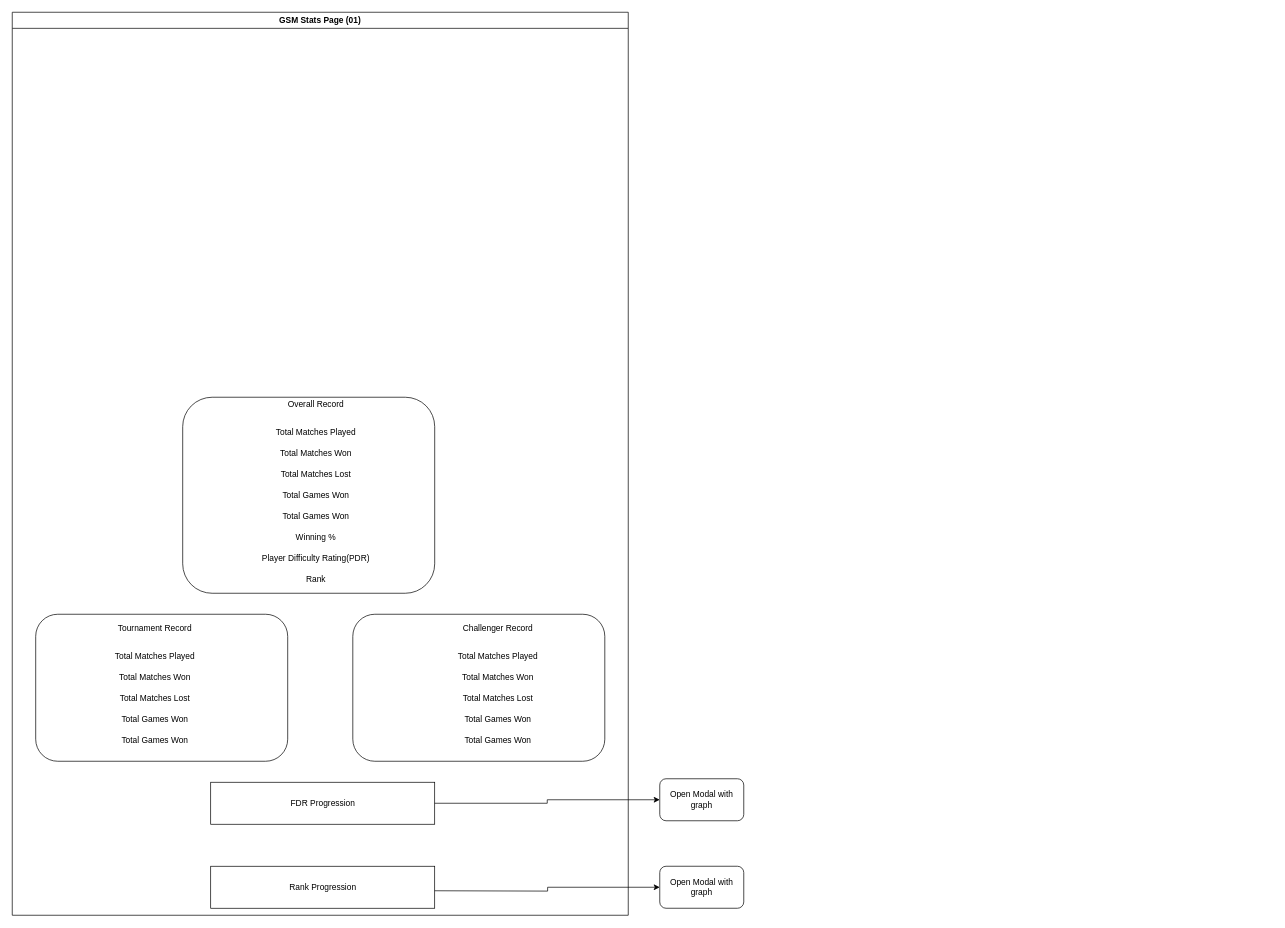
This is page "Page-3" (3 of 3) of Untitled Diagram.drawio from snair0410/cv, a draw.io file, before an edit. Source tidied: cells renumbered, new cells numbered last; positions are measured from the earlier drawing's top-left corner, leaving out a move shared by most shapes. Both pictures are drawn from the tidied source at 70%, with x=0, y=0 at pixel (12, 12).
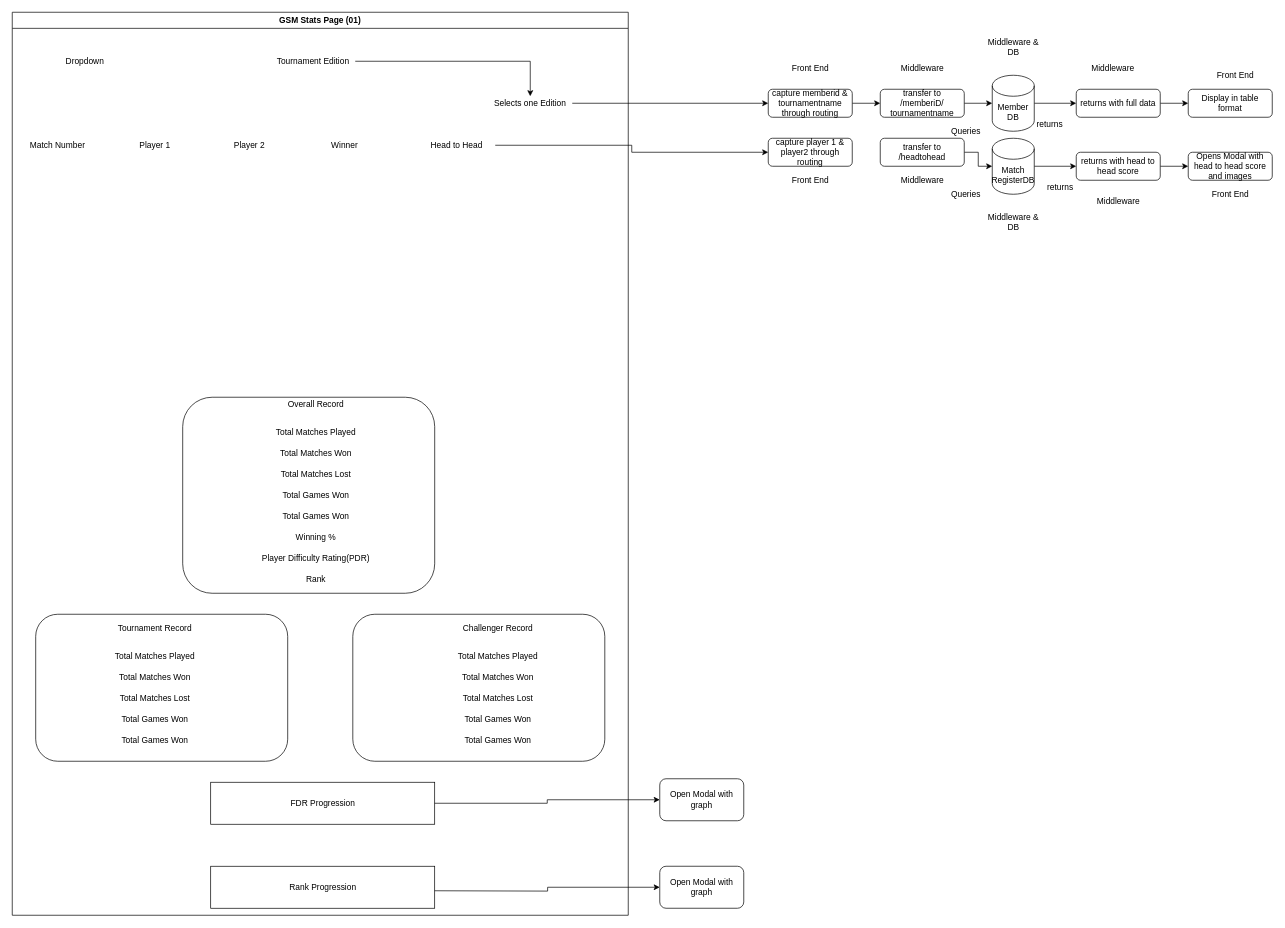
Above is the later version.

Unchanged cells that the change refers to:
```xml
<mxCell id="2" value="GSM Stats Page (01)" style="swimlane;" parent="1" vertex="1">
  <mxGeometry width="880" height="1290" as="geometry" />
</mxCell>
```

The edit, as a diff of the source:
```diff
@@
+    <mxCell id="33" value="Dropdown" style="text;html=1;strokeColor=none;fillColor=none;align=center;verticalAlign=middle;whiteSpace=wrap;rounded=0;" parent="2" vertex="1">
+      <mxGeometry x="83.5" y="60" width="40" height="20" as="geometry" />
+    </mxCell>
+    <mxCell id="34" style="edgeStyle=orthogonalEdgeStyle;rounded=0;jettySize=auto;html=1;entryX=0.5;entryY=0;entryDx=0;entryDy=0;" parent="2" edge="1" source="35" target="36">
+      <mxGeometry relative="1" as="geometry" />
+    </mxCell>
+    <mxCell id="35" value="Tournament Edition" style="text;html=1;strokeColor=none;fillColor=none;align=center;verticalAlign=middle;whiteSpace=wrap;rounded=0;" parent="2" vertex="1">
+      <mxGeometry x="370" y="60" width="120" height="20" as="geometry" />
+    </mxCell>
+    <mxCell id="36" value="Selects one Edition" style="text;html=1;strokeColor=none;fillColor=none;align=center;verticalAlign=middle;whiteSpace=wrap;rounded=0;" parent="2" vertex="1">
+      <mxGeometry x="680" y="120" width="120" height="20" as="geometry" />
+    </mxCell>
+    <mxCell id="37" value="Match Number" style="text;html=1;strokeColor=none;fillColor=none;align=center;verticalAlign=middle;whiteSpace=wrap;rounded=0;" parent="2" vertex="1">
+      <mxGeometry x="10" y="180" width="110" height="20" as="geometry" />
+    </mxCell>
+    <mxCell id="38" value="Player 1" style="text;html=1;strokeColor=none;fillColor=none;align=center;verticalAlign=middle;whiteSpace=wrap;rounded=0;" parent="2" vertex="1">
+      <mxGeometry x="148.5" y="180" width="110" height="20" as="geometry" />
+    </mxCell>
+    <mxCell id="39" value="Player 2" style="text;html=1;strokeColor=none;fillColor=none;align=center;verticalAlign=middle;whiteSpace=wrap;rounded=0;" parent="2" vertex="1">
+      <mxGeometry x="283.5" y="180" width="110" height="20" as="geometry" />
+    </mxCell>
+    <mxCell id="40" value="Winner" style="text;html=1;strokeColor=none;fillColor=none;align=center;verticalAlign=middle;whiteSpace=wrap;rounded=0;" parent="2" vertex="1">
+      <mxGeometry x="420" y="180" width="110" height="20" as="geometry" />
+    </mxCell>
+    <mxCell id="41" value="Head to Head" style="text;html=1;strokeColor=none;fillColor=none;align=center;verticalAlign=middle;whiteSpace=wrap;rounded=0;" parent="2" vertex="1">
+      <mxGeometry x="580" y="180" width="110" height="20" as="geometry" />
+    </mxCell>
@@
+    <mxCell id="42" style="edgeStyle=orthogonalEdgeStyle;rounded=0;jettySize=auto;html=1;entryX=0;entryY=0.5;entryDx=0;entryDy=0;" parent="1" edge="1" source="36" target="44">
+      <mxGeometry relative="1" as="geometry" />
+    </mxCell>
+    <mxCell id="43" style="edgeStyle=orthogonalEdgeStyle;rounded=0;jettySize=auto;html=1;entryX=0;entryY=0.5;entryDx=0;entryDy=0;" parent="1" edge="1" source="44" target="46">
+      <mxGeometry relative="1" as="geometry" />
+    </mxCell>
+    <mxCell id="44" value="capture memberid &amp;amp; tournamentname through routing" style="rounded=1;whiteSpace=wrap;html=1;" parent="1" vertex="1">
+      <mxGeometry x="1080" y="110" width="120" height="40" as="geometry" />
+    </mxCell>
+    <mxCell id="45" style="edgeStyle=orthogonalEdgeStyle;rounded=0;jettySize=auto;html=1;entryX=0;entryY=0.5;entryDx=0;entryDy=0;entryPerimeter=0;" parent="1" edge="1" source="46" target="50">
+      <mxGeometry relative="1" as="geometry" />
+    </mxCell>
+    <mxCell id="46" value="transfer to /memberiD/&lt;br&gt;tournamentname" style="rounded=1;whiteSpace=wrap;html=1;" parent="1" vertex="1">
+      <mxGeometry x="1240" y="110" width="120" height="40" as="geometry" />
+    </mxCell>
+    <mxCell id="47" value="Front End" style="text;html=1;strokeColor=none;fillColor=none;align=center;verticalAlign=middle;whiteSpace=wrap;rounded=0;" parent="1" vertex="1">
+      <mxGeometry x="1102.5" y="70" width="75" height="20" as="geometry" />
+    </mxCell>
+    <mxCell id="48" value="Middleware" style="text;html=1;strokeColor=none;fillColor=none;align=center;verticalAlign=middle;whiteSpace=wrap;rounded=0;" parent="1" vertex="1">
+      <mxGeometry x="1262.5" y="70" width="75" height="20" as="geometry" />
+    </mxCell>
+    <mxCell id="49" style="edgeStyle=orthogonalEdgeStyle;rounded=0;jettySize=auto;html=1;entryX=0;entryY=0.5;entryDx=0;entryDy=0;" parent="1" edge="1" source="50" target="54">
+      <mxGeometry relative="1" as="geometry" />
+    </mxCell>
+    <mxCell id="50" value="Member DB" style="shape=cylinder3;whiteSpace=wrap;html=1;boundedLbl=1;backgroundOutline=1;size=15;" parent="1" vertex="1">
+      <mxGeometry x="1400" y="90" width="60" height="80" as="geometry" />
+    </mxCell>
+    <mxCell id="51" value="Middleware &amp;amp; DB" style="text;html=1;strokeColor=none;fillColor=none;align=center;verticalAlign=middle;whiteSpace=wrap;rounded=0;" parent="1" vertex="1">
+      <mxGeometry x="1392.5" y="40" width="75" height="20" as="geometry" />
+    </mxCell>
+    <mxCell id="52" value="Queries" style="text;html=1;strokeColor=none;fillColor=none;align=center;verticalAlign=middle;whiteSpace=wrap;rounded=0;" parent="1" vertex="1">
+      <mxGeometry x="1325" y="160" width="75" height="20" as="geometry" />
+    </mxCell>
+    <mxCell id="53" style="edgeStyle=orthogonalEdgeStyle;rounded=0;jettySize=auto;html=1;entryX=0;entryY=0.5;entryDx=0;entryDy=0;" parent="1" edge="1" source="54" target="57">
+      <mxGeometry relative="1" as="geometry" />
+    </mxCell>
+    <mxCell id="54" value="returns with full data" style="rounded=1;whiteSpace=wrap;html=1;" parent="1" vertex="1">
+      <mxGeometry x="1520" y="110" width="120" height="40" as="geometry" />
+    </mxCell>
+    <mxCell id="55" value="returns" style="text;html=1;strokeColor=none;fillColor=none;align=center;verticalAlign=middle;whiteSpace=wrap;rounded=0;" parent="1" vertex="1">
+      <mxGeometry x="1445" y="150" width="75" height="20" as="geometry" />
+    </mxCell>
+    <mxCell id="56" value="Middleware" style="text;html=1;strokeColor=none;fillColor=none;align=center;verticalAlign=middle;whiteSpace=wrap;rounded=0;" parent="1" vertex="1">
+      <mxGeometry x="1535" y="70" width="75" height="20" as="geometry" />
+    </mxCell>
+    <mxCell id="57" value="Display in table format" style="rounded=1;whiteSpace=wrap;html=1;" parent="1" vertex="1">
+      <mxGeometry x="1680" y="110" width="120" height="40" as="geometry" />
+    </mxCell>
+    <mxCell id="58" value="Front End" style="text;html=1;strokeColor=none;fillColor=none;align=center;verticalAlign=middle;whiteSpace=wrap;rounded=0;" parent="1" vertex="1">
+      <mxGeometry x="1710" y="80" width="75" height="20" as="geometry" />
+    </mxCell>
+    <mxCell id="59" value="capture player 1 &amp;amp; player2 through routing" style="rounded=1;whiteSpace=wrap;html=1;" parent="1" vertex="1">
+      <mxGeometry x="1080" y="180" width="120" height="40" as="geometry" />
+    </mxCell>
+    <mxCell id="60" style="edgeStyle=orthogonalEdgeStyle;rounded=0;jettySize=auto;html=1;entryX=0;entryY=0.5;entryDx=0;entryDy=0;" parent="1" edge="1" source="41" target="59">
+      <mxGeometry relative="1" as="geometry" />
+    </mxCell>
+    <mxCell id="61" style="edgeStyle=orthogonalEdgeStyle;rounded=0;jettySize=auto;html=1;entryX=0;entryY=0.5;entryDx=0;entryDy=0;entryPerimeter=0;" parent="1" edge="1" source="62" target="64">
+      <mxGeometry relative="1" as="geometry" />
+    </mxCell>
+    <mxCell id="62" value="transfer to /headtohead" style="rounded=1;whiteSpace=wrap;html=1;" parent="1" vertex="1">
+      <mxGeometry x="1240" y="180" width="120" height="40" as="geometry" />
+    </mxCell>
+    <mxCell id="63" style="edgeStyle=orthogonalEdgeStyle;rounded=0;jettySize=auto;html=1;entryX=0;entryY=0.5;entryDx=0;entryDy=0;" parent="1" edge="1" source="64" target="68">
+      <mxGeometry relative="1" as="geometry" />
+    </mxCell>
+    <mxCell id="64" value="Match&lt;br&gt;RegisterDB" style="shape=cylinder3;whiteSpace=wrap;html=1;boundedLbl=1;backgroundOutline=1;size=15;" parent="1" vertex="1">
+      <mxGeometry x="1400" y="180" width="60" height="80" as="geometry" />
+    </mxCell>
+    <mxCell id="65" value="Queries" style="text;html=1;strokeColor=none;fillColor=none;align=center;verticalAlign=middle;whiteSpace=wrap;rounded=0;" parent="1" vertex="1">
+      <mxGeometry x="1325" y="250" width="75" height="20" as="geometry" />
+    </mxCell>
+    <mxCell id="66" value="returns" style="text;html=1;strokeColor=none;fillColor=none;align=center;verticalAlign=middle;whiteSpace=wrap;rounded=0;" parent="1" vertex="1">
+      <mxGeometry x="1460" y="240" width="75" height="20" as="geometry" />
+    </mxCell>
+    <mxCell id="67" style="edgeStyle=orthogonalEdgeStyle;rounded=0;jettySize=auto;html=1;entryX=0;entryY=0.5;entryDx=0;entryDy=0;" parent="1" edge="1" source="68" target="69">
+      <mxGeometry relative="1" as="geometry" />
+    </mxCell>
+    <mxCell id="68" value="returns with head to head score" style="rounded=1;whiteSpace=wrap;html=1;" parent="1" vertex="1">
+      <mxGeometry x="1520" y="200" width="120" height="40" as="geometry" />
+    </mxCell>
+    <mxCell id="69" value="Opens Modal with head to head score and images" style="rounded=1;whiteSpace=wrap;html=1;" parent="1" vertex="1">
+      <mxGeometry x="1680" y="200" width="120" height="40" as="geometry" />
+    </mxCell>
+    <mxCell id="70" value="Front End" style="text;html=1;strokeColor=none;fillColor=none;align=center;verticalAlign=middle;whiteSpace=wrap;rounded=0;" parent="1" vertex="1">
+      <mxGeometry x="1102.5" y="230" width="75" height="20" as="geometry" />
+    </mxCell>
+    <mxCell id="71" value="Middleware" style="text;html=1;strokeColor=none;fillColor=none;align=center;verticalAlign=middle;whiteSpace=wrap;rounded=0;" parent="1" vertex="1">
+      <mxGeometry x="1262.5" y="230" width="75" height="20" as="geometry" />
+    </mxCell>
+    <mxCell id="72" value="Middleware &amp;amp; DB" style="text;html=1;strokeColor=none;fillColor=none;align=center;verticalAlign=middle;whiteSpace=wrap;rounded=0;" parent="1" vertex="1">
+      <mxGeometry x="1392.5" y="290" width="75" height="20" as="geometry" />
+    </mxCell>
+    <mxCell id="73" value="Middleware" style="text;html=1;strokeColor=none;fillColor=none;align=center;verticalAlign=middle;whiteSpace=wrap;rounded=0;" parent="1" vertex="1">
+      <mxGeometry x="1542.5" y="260" width="75" height="20" as="geometry" />
+    </mxCell>
+    <mxCell id="74" value="Front End" style="text;html=1;strokeColor=none;fillColor=none;align=center;verticalAlign=middle;whiteSpace=wrap;rounded=0;" parent="1" vertex="1">
+      <mxGeometry x="1702.5" y="250" width="75" height="20" as="geometry" />
+    </mxCell>
```
